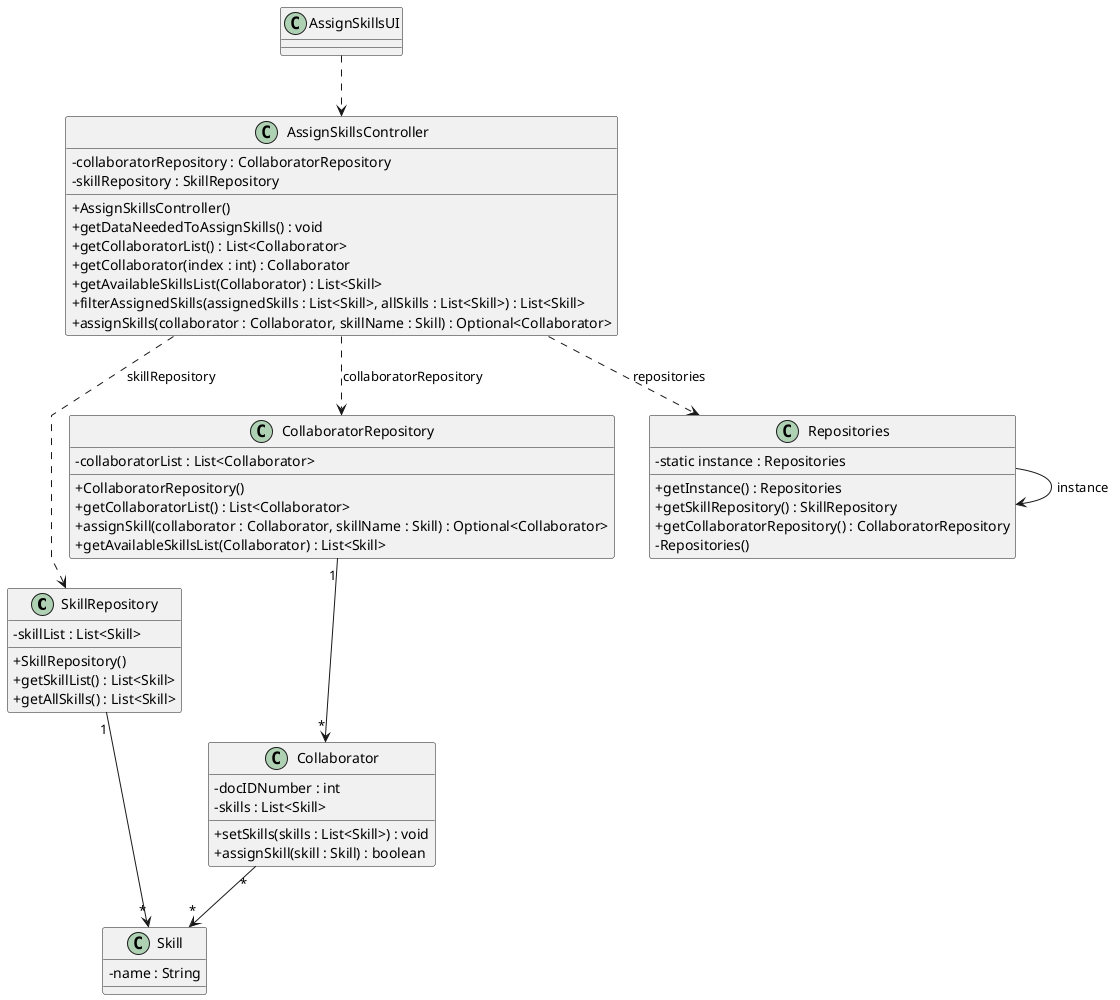
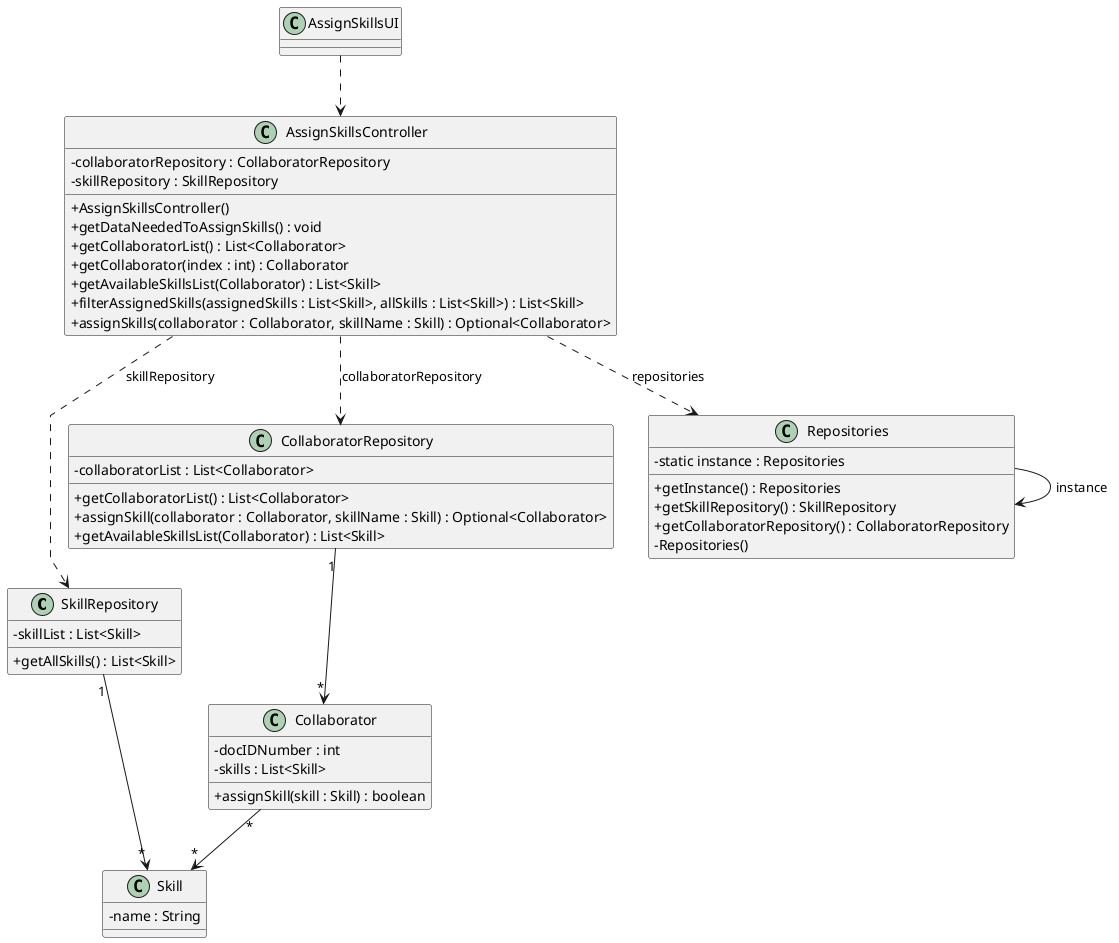
- @startuml
- 'skinparam monochrome true
- skinparam packageStyle rectangle
- skinparam shadowing false
- skinparam linetype polyline
- 'skinparam linetype orto
+     @startuml
+     'skinparam monochrome true
+     skinparam packageStyle rectangle
+     skinparam shadowing false
+     skinparam linetype polyline
+     'skinparam linetype orto

- skinparam classAttributeIconSize 0
+     skinparam classAttributeIconSize 0

- 'left to right direction
+     'left to right direction

- class SkillRepository {
-     - skillList : List<Skill>
-     + SkillRepository()
-     + getSkillList() : List<Skill>
-     + getAllSkills() : List<Skill>
- }
+     class SkillRepository {
+         - skillList : List<Skill>
+         + getAllSkills() : List<Skill>
+     }

- class AssignSkillsUI {
- }
+     class AssignSkillsUI {
+     }

- class AssignSkillsController {
-     - collaboratorRepository : CollaboratorRepository
-     - skillRepository : SkillRepository
-     + AssignSkillsController()
-     + getDataNeededToAssignSkills() : void
-     + getCollaboratorList() : List<Collaborator>
-     + getCollaborator(index : int) : Collaborator
-     + getAvailableSkillsList(Collaborator) : List<Skill>
-     + filterAssignedSkills(assignedSkills : List<Skill>, allSkills : List<Skill>) : List<Skill>
-     + assignSkills(collaborator : Collaborator, skillName : Skill) : Optional<Collaborator>
- }
+     class AssignSkillsController {
+         - collaboratorRepository : CollaboratorRepository
+         - skillRepository : SkillRepository
+         + AssignSkillsController()
+         + getDataNeededToAssignSkills() : void
+         + getCollaboratorList() : List<Collaborator>
+         + getCollaborator(index : int) : Collaborator
+         + getAvailableSkillsList(Collaborator) : List<Skill>
+         + filterAssignedSkills(assignedSkills : List<Skill>, allSkills : List<Skill>) : List<Skill>
+         + assignSkills(collaborator : Collaborator, skillName : Skill) : Optional<Collaborator>
+     }

- class CollaboratorRepository {
-     - collaboratorList : List<Collaborator>
-     + CollaboratorRepository()
-     + getCollaboratorList() : List<Collaborator>
-     + assignSkill(collaborator : Collaborator, skillName : Skill) : Optional<Collaborator>
-     + getAvailableSkillsList(Collaborator) : List<Skill>
- }
+     class CollaboratorRepository {
+         - collaboratorList : List<Collaborator>
+         + getCollaboratorList() : List<Collaborator>
+         + assignSkill(collaborator : Collaborator, skillName : Skill) : Optional<Collaborator>
+         + getAvailableSkillsList(Collaborator) : List<Skill>
+     }

- class Collaborator {
-     - docIDNumber : int
-     - skills : List<Skill>
-     + setSkills(skills : List<Skill>) : void
-     + assignSkill(skill : Skill) : boolean
- }
+     class Collaborator {
+         - docIDNumber : int
+         - skills : List<Skill>
+         + assignSkill(skill : Skill) : boolean
+     }

- class Skill {
-     - name : String
- }
+     class Skill {
+         - name : String
+     }

- class Repositories {
-     - static instance : Repositories
-     + getInstance() : Repositories
-     + getSkillRepository() : SkillRepository
-     + getCollaboratorRepository() : CollaboratorRepository
-     - Repositories()
- }
+     class Repositories {
+         - static instance : Repositories
+         + getInstance() : Repositories
+         + getSkillRepository() : SkillRepository
+         + getCollaboratorRepository() : CollaboratorRepository
+         - Repositories()
+     }

- AssignSkillsUI ..> AssignSkillsController
- AssignSkillsController ..> Repositories : repositories
- AssignSkillsController ..> SkillRepository : skillRepository
- AssignSkillsController ..> CollaboratorRepository : collaboratorRepository
- SkillRepository "1" --> "*" Skill
- CollaboratorRepository "1" --> "*" Collaborator
- Repositories --> Repositories : instance
- Collaborator "*" --> "*" Skill
+     AssignSkillsUI ..> AssignSkillsController
+     AssignSkillsController ..> Repositories : repositories
+     AssignSkillsController ..> SkillRepository : skillRepository
+     AssignSkillsController ..> CollaboratorRepository : collaboratorRepository
+     SkillRepository "1" --> "*" Skill
+     CollaboratorRepository "1" --> "*" Collaborator
+     Repositories --> Repositories : instance
+     Collaborator "*" --> "*" Skill

- @enduml
+     @enduml
